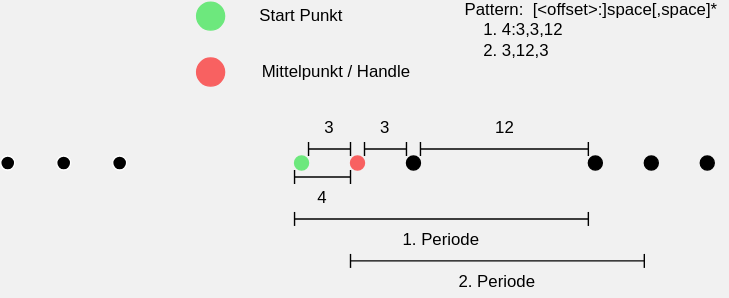
t-erxleben/marbellous keeps this draw.io diagram as frontend/dist/imgs/rake.svg. Above is the earlier version. Source tidied: cells renumbered, new cells last; positions are measured from the earlier drawing's top-left corner, leaving out a move shared by most shapes. Its diagram source:
```xml
<mxGraphModel background="#f1f1f1">
  <root>
    <mxCell id="0" />
    <mxCell id="1" parent="0" />
    <mxCell id="2" style="group;" parent="1" vertex="1">
      <mxGeometry x="210" y="110" width="90" height="10" as="geometry" />
    </mxCell>
    <mxCell id="3" style="ellipse;whiteSpace=wrap;html=1;fillColor=#6DE87D;strokeColor=#6DE87D;" parent="2" vertex="1">
      <mxGeometry width="10" height="10" as="geometry" />
    </mxCell>
    <mxCell id="4" style="ellipse;whiteSpace=wrap;html=1;fillColor=#F86161;strokeColor=#F86161;" parent="2" vertex="1">
      <mxGeometry x="40" width="10" height="10" as="geometry" />
    </mxCell>
    <mxCell id="5" style="ellipse;whiteSpace=wrap;html=1;fillColor=#000000;" parent="2" vertex="1">
      <mxGeometry x="80" width="10" height="10" as="geometry" />
    </mxCell>
    <mxCell id="6" style="group;" parent="1" vertex="1">
      <mxGeometry x="420" y="110" width="90" height="10" as="geometry" />
    </mxCell>
    <mxCell id="7" style="ellipse;whiteSpace=wrap;html=1;fillColor=#000000;" parent="6" vertex="1">
      <mxGeometry width="10" height="10" as="geometry" />
    </mxCell>
    <mxCell id="8" style="ellipse;whiteSpace=wrap;html=1;fillColor=#000000;" parent="6" vertex="1">
      <mxGeometry x="40" width="10" height="10" as="geometry" />
    </mxCell>
    <mxCell id="9" style="ellipse;whiteSpace=wrap;html=1;fillColor=#000000;" parent="6" vertex="1">
      <mxGeometry x="80" width="10" height="10" as="geometry" />
    </mxCell>
    <mxCell id="10" style="group;" parent="1" vertex="1">
      <mxGeometry y="110" width="90" height="10" as="geometry" />
    </mxCell>
    <mxCell id="11" style="ellipse;whiteSpace=wrap;html=1;strokeColor=#FFF;fillColor=#000000;" parent="10" vertex="1">
      <mxGeometry width="10" height="10" as="geometry" />
    </mxCell>
    <mxCell id="12" style="ellipse;whiteSpace=wrap;html=1;strokeColor=#FFF;fillColor=#000000;" parent="10" vertex="1">
      <mxGeometry x="40" width="10" height="10" as="geometry" />
    </mxCell>
    <mxCell id="13" style="ellipse;whiteSpace=wrap;html=1;strokeColor=#FFF;fillColor=#000000;" parent="10" vertex="1">
      <mxGeometry x="80" width="10" height="10" as="geometry" />
    </mxCell>
    <mxCell id="14" style="group;" parent="1" vertex="1">
      <mxGeometry x="220" y="100" width="30" height="10" as="geometry" />
    </mxCell>
    <mxCell id="15" style="endArrow=none;html=1;startArrow=none;startFill=0;targetPerimeterSpacing=-5;endSize=0;sourcePerimeterSpacing=-16;startSize=8;" parent="14" edge="1">
      <mxGeometry relative="1" as="geometry">
        <mxPoint y="5" as="sourcePoint" />
        <mxPoint x="30" y="5" as="targetPoint" />
      </mxGeometry>
    </mxCell>
    <mxCell id="16" style="endArrow=none;html=1;" parent="14" edge="1">
      <mxGeometry relative="1" as="geometry">
        <mxPoint y="10" as="sourcePoint" />
        <mxPoint as="targetPoint" />
      </mxGeometry>
    </mxCell>
    <mxCell id="17" style="endArrow=none;html=1;" parent="14" edge="1">
      <mxGeometry relative="1" as="geometry">
        <mxPoint x="30" y="10" as="sourcePoint" />
        <mxPoint x="30" as="targetPoint" />
      </mxGeometry>
    </mxCell>
    <mxCell id="18" style="group;" parent="1" vertex="1">
      <mxGeometry x="260" y="100" width="30" height="10" as="geometry" />
    </mxCell>
    <mxCell id="19" style="endArrow=none;html=1;startArrow=none;startFill=0;targetPerimeterSpacing=-5;endSize=0;sourcePerimeterSpacing=-16;startSize=8;" parent="18" edge="1">
      <mxGeometry relative="1" as="geometry">
        <mxPoint y="5" as="sourcePoint" />
        <mxPoint x="30" y="5" as="targetPoint" />
      </mxGeometry>
    </mxCell>
    <mxCell id="20" style="endArrow=none;html=1;" parent="18" edge="1">
      <mxGeometry relative="1" as="geometry">
        <mxPoint y="10" as="sourcePoint" />
        <mxPoint as="targetPoint" />
      </mxGeometry>
    </mxCell>
    <mxCell id="21" style="endArrow=none;html=1;" parent="18" edge="1">
      <mxGeometry relative="1" as="geometry">
        <mxPoint x="30" y="10" as="sourcePoint" />
        <mxPoint x="30" as="targetPoint" />
      </mxGeometry>
    </mxCell>
    <mxCell id="22" style="group;" parent="1" vertex="1">
      <mxGeometry x="300" y="100" width="120" height="10" as="geometry" />
    </mxCell>
    <mxCell id="23" style="endArrow=none;html=1;startArrow=none;startFill=0;targetPerimeterSpacing=-5;endSize=0;sourcePerimeterSpacing=-16;startSize=8;" parent="22" edge="1">
      <mxGeometry relative="1" as="geometry">
        <mxPoint y="5" as="sourcePoint" />
        <mxPoint x="120" y="5" as="targetPoint" />
      </mxGeometry>
    </mxCell>
    <mxCell id="24" style="endArrow=none;html=1;" parent="22" edge="1">
      <mxGeometry relative="1" as="geometry">
        <mxPoint y="10" as="sourcePoint" />
        <mxPoint as="targetPoint" />
      </mxGeometry>
    </mxCell>
    <mxCell id="25" style="endArrow=none;html=1;" parent="22" edge="1">
      <mxGeometry relative="1" as="geometry">
        <mxPoint x="120" y="10" as="sourcePoint" />
        <mxPoint x="120" as="targetPoint" />
      </mxGeometry>
    </mxCell>
    <mxCell id="26" value="3" style="text;html=1;fillColor=none;align=center;verticalAlign=middle;whiteSpace=wrap;rounded=0;" parent="1" vertex="1">
      <mxGeometry x="230" y="80" width="10" height="20" as="geometry" />
    </mxCell>
    <mxCell id="27" value="3" style="text;html=1;fillColor=none;align=center;verticalAlign=middle;whiteSpace=wrap;rounded=0;" parent="1" vertex="1">
      <mxGeometry x="270" y="80" width="10" height="20" as="geometry" />
    </mxCell>
    <mxCell id="28" value="12" style="text;html=1;fillColor=none;align=center;verticalAlign=middle;whiteSpace=wrap;rounded=0;" parent="1" vertex="1">
      <mxGeometry x="347.5" y="80" width="25" height="20" as="geometry" />
    </mxCell>
    <mxCell id="29" style="group;" parent="1" vertex="1">
      <mxGeometry x="210" y="120" width="40" height="10" as="geometry" />
    </mxCell>
    <mxCell id="30" style="endArrow=none;html=1;startArrow=none;startFill=0;targetPerimeterSpacing=-5;endSize=0;sourcePerimeterSpacing=-16;startSize=8;" parent="29" edge="1">
      <mxGeometry relative="1" as="geometry">
        <mxPoint y="5" as="sourcePoint" />
        <mxPoint x="40" y="5" as="targetPoint" />
      </mxGeometry>
    </mxCell>
    <mxCell id="31" style="endArrow=none;html=1;" parent="29" edge="1">
      <mxGeometry relative="1" as="geometry">
        <mxPoint y="10" as="sourcePoint" />
        <mxPoint as="targetPoint" />
      </mxGeometry>
    </mxCell>
    <mxCell id="32" style="endArrow=none;html=1;" parent="29" edge="1">
      <mxGeometry relative="1" as="geometry">
        <mxPoint x="40" y="10" as="sourcePoint" />
        <mxPoint x="40" as="targetPoint" />
      </mxGeometry>
    </mxCell>
    <mxCell id="33" value="&lt;div&gt;4&lt;/div&gt;" style="text;html=1;fillColor=none;align=center;verticalAlign=middle;whiteSpace=wrap;rounded=0;" parent="1" vertex="1">
      <mxGeometry x="225" y="130" width="10" height="20" as="geometry" />
    </mxCell>
    <mxCell id="34" style="group;" parent="1" vertex="1">
      <mxGeometry x="140" width="120" height="20" as="geometry" />
    </mxCell>
    <mxCell id="35" style="ellipse;whiteSpace=wrap;html=1;fillColor=#6DE87D;strokeColor=#6DE87D;" parent="34" vertex="1">
      <mxGeometry width="20" height="20" as="geometry" />
    </mxCell>
    <mxCell id="36" value="Start Punkt" style="text;html=1;fillColor=none;align=center;verticalAlign=middle;whiteSpace=wrap;rounded=0;" parent="34" vertex="1">
      <mxGeometry x="30" width="90" height="20" as="geometry" />
    </mxCell>
    <mxCell id="37" style="group;" parent="1" vertex="1">
      <mxGeometry x="140" y="40" width="160" height="20" as="geometry" />
    </mxCell>
    <mxCell id="38" style="ellipse;whiteSpace=wrap;html=1;fillColor=#F86161;strokeColor=#F86161;" parent="37" vertex="1">
      <mxGeometry width="20" height="20" as="geometry" />
    </mxCell>
    <mxCell id="39" value="Mittelpunkt / Handle" style="text;html=1;fillColor=none;align=center;verticalAlign=middle;whiteSpace=wrap;rounded=0;" parent="37" vertex="1">
      <mxGeometry x="40" width="120" height="20" as="geometry" />
    </mxCell>
    <mxCell id="40" style="group;" parent="1" vertex="1">
      <mxGeometry x="210" y="150" width="210" height="30" as="geometry" />
    </mxCell>
    <mxCell id="41" style="group;" parent="40" vertex="1">
      <mxGeometry width="210" height="10" as="geometry" />
    </mxCell>
    <mxCell id="42" style="endArrow=none;html=1;startArrow=none;startFill=0;targetPerimeterSpacing=-5;endSize=0;sourcePerimeterSpacing=-16;startSize=8;" parent="41" edge="1">
      <mxGeometry relative="1" as="geometry">
        <mxPoint y="5" as="sourcePoint" />
        <mxPoint x="210" y="5" as="targetPoint" />
      </mxGeometry>
    </mxCell>
    <mxCell id="43" style="endArrow=none;html=1;" parent="41" edge="1">
      <mxGeometry relative="1" as="geometry">
        <mxPoint y="10" as="sourcePoint" />
        <mxPoint as="targetPoint" />
      </mxGeometry>
    </mxCell>
    <mxCell id="44" style="endArrow=none;html=1;" parent="41" edge="1">
      <mxGeometry relative="1" as="geometry">
        <mxPoint x="210" y="10" as="sourcePoint" />
        <mxPoint x="210" as="targetPoint" />
      </mxGeometry>
    </mxCell>
    <mxCell id="45" value="1. Periode" style="text;html=1;fillColor=none;align=center;verticalAlign=middle;whiteSpace=wrap;rounded=0;" parent="40" vertex="1">
      <mxGeometry x="70" y="10" width="70" height="20" as="geometry" />
    </mxCell>
    <mxCell id="46" value="&lt;div align=&quot;left&quot;&gt;Pattern:&amp;nbsp; [&amp;lt;offset&amp;gt;:]space[,space]*&lt;br&gt;&lt;/div&gt;&lt;div align=&quot;left&quot;&gt;&amp;nbsp;&amp;nbsp;&amp;nbsp; 1. 4:3,3,12&lt;/div&gt;&lt;div align=&quot;left&quot;&gt;&amp;nbsp;&amp;nbsp;&amp;nbsp; 2. 3,12,3&lt;/div&gt;" style="text;html=1;strokeColor=none;fillColor=none;align=left;verticalAlign=middle;whiteSpace=wrap;rounded=0;" parent="1" vertex="1">
      <mxGeometry x="330" width="190" height="40" as="geometry" />
    </mxCell>
    <mxCell id="47" style="group;" parent="1" vertex="1">
      <mxGeometry x="250" y="180" width="210" height="30" as="geometry" />
    </mxCell>
    <mxCell id="48" style="group;" parent="47" vertex="1">
      <mxGeometry width="210" height="10" as="geometry" />
    </mxCell>
    <mxCell id="49" style="endArrow=none;html=1;startArrow=none;startFill=0;targetPerimeterSpacing=-5;endSize=0;sourcePerimeterSpacing=-16;startSize=8;" parent="48" edge="1">
      <mxGeometry relative="1" as="geometry">
        <mxPoint y="5" as="sourcePoint" />
        <mxPoint x="210" y="5" as="targetPoint" />
      </mxGeometry>
    </mxCell>
    <mxCell id="50" style="endArrow=none;html=1;" parent="48" edge="1">
      <mxGeometry relative="1" as="geometry">
        <mxPoint y="10" as="sourcePoint" />
        <mxPoint as="targetPoint" />
      </mxGeometry>
    </mxCell>
    <mxCell id="51" style="endArrow=none;html=1;" parent="48" edge="1">
      <mxGeometry relative="1" as="geometry">
        <mxPoint x="210" y="10" as="sourcePoint" />
        <mxPoint x="210" as="targetPoint" />
      </mxGeometry>
    </mxCell>
    <mxCell id="52" value="&lt;div&gt;2. Periode&lt;/div&gt;" style="text;html=1;fillColor=none;align=center;verticalAlign=middle;whiteSpace=wrap;rounded=0;" parent="47" vertex="1">
      <mxGeometry x="70" y="10" width="70" height="20" as="geometry" />
    </mxCell>
  </root>
</mxGraphModel>
```
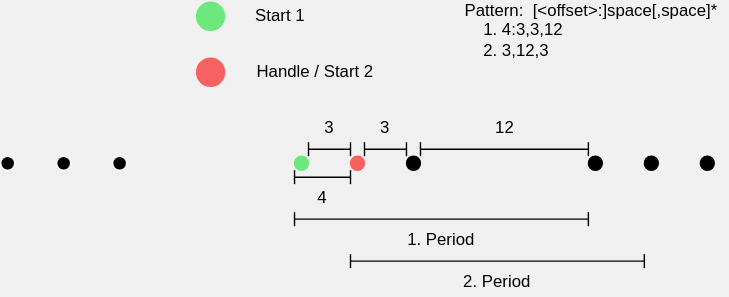
The same diagram one commit later.

Commit message:
Translate rake info graphic (#190)

The edit, as a diff of the source:
```diff
@@ -140,8 +140,8 @@
     <mxCell id="35" style="ellipse;whiteSpace=wrap;html=1;fillColor=#6DE87D;strokeColor=#6DE87D;" parent="34" vertex="1">
       <mxGeometry width="20" height="20" as="geometry" />
     </mxCell>
-    <mxCell id="36" value="Start Punkt" style="text;html=1;fillColor=none;align=center;verticalAlign=middle;whiteSpace=wrap;rounded=0;" parent="34" vertex="1">
-      <mxGeometry x="30" width="90" height="20" as="geometry" />
+    <mxCell id="36" value="Start 1" style="text;html=1;fillColor=none;align=center;verticalAlign=middle;whiteSpace=wrap;rounded=0;" parent="34" vertex="1">
+      <mxGeometry x="30" width="60" height="20" as="geometry" />
     </mxCell>
     <mxCell id="37" style="group;" parent="1" vertex="1">
       <mxGeometry x="140" y="40" width="160" height="20" as="geometry" />
@@ -149,9 +149,6 @@
     <mxCell id="38" style="ellipse;whiteSpace=wrap;html=1;fillColor=#F86161;strokeColor=#F86161;" parent="37" vertex="1">
       <mxGeometry width="20" height="20" as="geometry" />
     </mxCell>
-    <mxCell id="39" value="Mittelpunkt / Handle" style="text;html=1;fillColor=none;align=center;verticalAlign=middle;whiteSpace=wrap;rounded=0;" parent="37" vertex="1">
-      <mxGeometry x="40" width="120" height="20" as="geometry" />
-    </mxCell>
     <mxCell id="40" style="group;" parent="1" vertex="1">
       <mxGeometry x="210" y="150" width="210" height="30" as="geometry" />
     </mxCell>
@@ -176,7 +173,7 @@
         <mxPoint x="210" as="targetPoint" />
       </mxGeometry>
     </mxCell>
-    <mxCell id="45" value="1. Periode" style="text;html=1;fillColor=none;align=center;verticalAlign=middle;whiteSpace=wrap;rounded=0;" parent="40" vertex="1">
+    <mxCell id="45" value="1. Period" style="text;html=1;fillColor=none;align=center;verticalAlign=middle;whiteSpace=wrap;rounded=0;" parent="40" vertex="1">
       <mxGeometry x="70" y="10" width="70" height="20" as="geometry" />
     </mxCell>
     <mxCell id="46" value="&lt;div align=&quot;left&quot;&gt;Pattern:&amp;nbsp; [&amp;lt;offset&amp;gt;:]space[,space]*&lt;br&gt;&lt;/div&gt;&lt;div align=&quot;left&quot;&gt;&amp;nbsp;&amp;nbsp;&amp;nbsp; 1. 4:3,3,12&lt;/div&gt;&lt;div align=&quot;left&quot;&gt;&amp;nbsp;&amp;nbsp;&amp;nbsp; 2. 3,12,3&lt;/div&gt;" style="text;html=1;strokeColor=none;fillColor=none;align=left;verticalAlign=middle;whiteSpace=wrap;rounded=0;" parent="1" vertex="1">
@@ -206,8 +203,11 @@
         <mxPoint x="210" as="targetPoint" />
       </mxGeometry>
     </mxCell>
-    <mxCell id="52" value="&lt;div&gt;2. Periode&lt;/div&gt;" style="text;html=1;fillColor=none;align=center;verticalAlign=middle;whiteSpace=wrap;rounded=0;" parent="47" vertex="1">
+    <mxCell id="52" value="&lt;div&gt;2. Period&lt;/div&gt;" style="text;html=1;fillColor=none;align=center;verticalAlign=middle;whiteSpace=wrap;rounded=0;" parent="47" vertex="1">
       <mxGeometry x="70" y="10" width="70" height="20" as="geometry" />
     </mxCell>
+    <mxCell id="39" value="Handle / Start 2" style="text;html=1;fillColor=none;align=center;verticalAlign=middle;whiteSpace=wrap;rounded=0;" parent="1" vertex="1">
+      <mxGeometry x="170" y="40" width="110" height="20" as="geometry" />
+    </mxCell>
   </root>
 </mxGraphModel>
```
